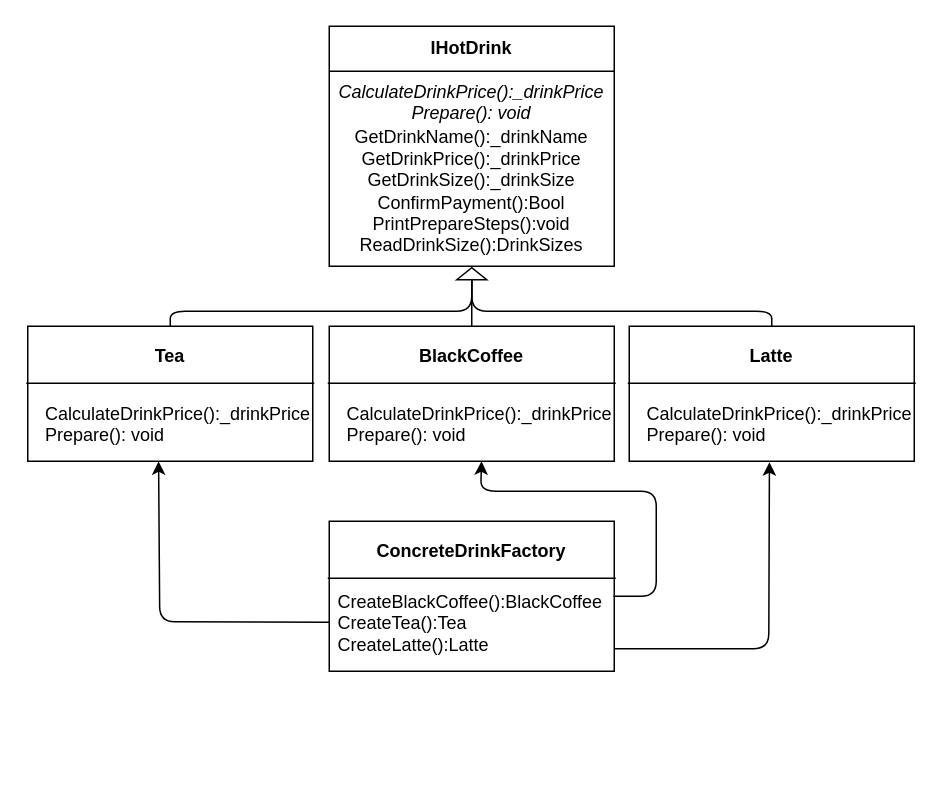
Before: FactoryMethodDiagram.drawio in DonatasAd/VendingMachine, a draw.io diagram. Source tidied: cells renumbered, new cells numbered last; positions are measured from the earlier drawing's top-left corner, leaving out a move shared by most shapes. Both pictures are drawn from the tidied source at 150%, with x=0, y=0 at pixel (26, 26).
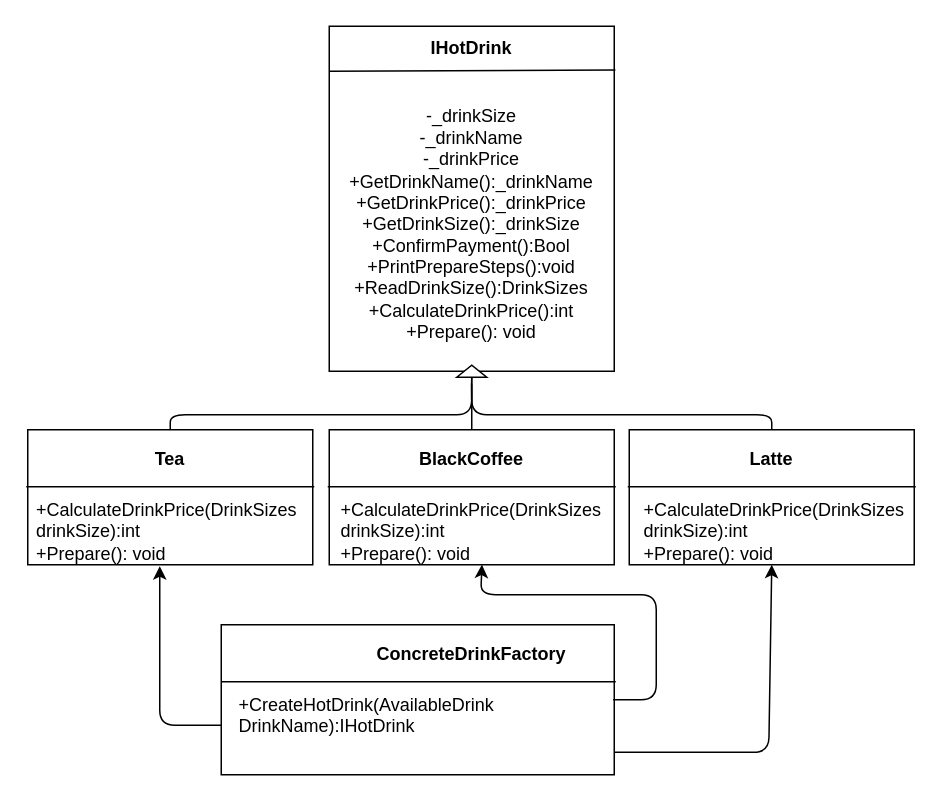
After the change.

The change refers to these unchanged cells:
```xml
<mxCell id="15" value="IHotDrink" style="text;html=1;strokeColor=none;fillColor=none;align=center;verticalAlign=middle;whiteSpace=wrap;rounded=0;fontStyle=1;" parent="1" vertex="1">
  <mxGeometry x="202" width="190" height="30" as="geometry" />
</mxCell>
```

The edit, as a diff of the source:
```diff
@@
     <mxCell id="2" style="rounded=0;whiteSpace=wrap;html=1;" parent="1" vertex="1">
-      <mxGeometry x="1" y="200" width="190" height="90" as="geometry" />
+      <mxGeometry x="1" y="269" width="190" height="90" as="geometry" />
     </mxCell>
     <mxCell id="3" value="Tea" style="text;html=1;strokeColor=none;fillColor=none;align=center;verticalAlign=middle;whiteSpace=wrap;rounded=0;fontStyle=1;" parent="1" vertex="1">
-      <mxGeometry x="1" y="210" width="190" height="20" as="geometry" />
+      <mxGeometry x="1" y="279" width="190" height="20" as="geometry" />
     </mxCell>
     <mxCell id="4" style="endArrow=none;html=1;" parent="1" edge="1">
       <mxGeometry relative="1" as="geometry">
-        <mxPoint y="238" as="sourcePoint" />
-        <mxPoint x="192" y="238" as="targetPoint" />
+        <mxPoint y="307" as="sourcePoint" />
+        <mxPoint x="192" y="307" as="targetPoint" />
       </mxGeometry>
     </mxCell>
-    <mxCell id="5" value="CalculateDrinkPrice():_drinkPrice&lt;br&gt;Prepare(): void&lt;br&gt;" style="text;html=1;strokeColor=none;fillColor=none;align=left;verticalAlign=top;whiteSpace=wrap;rounded=0;" parent="1" vertex="1">
-      <mxGeometry x="11" y="245" width="183" height="45" as="geometry" />
+    <mxCell id="5" value="+CalculateDrinkPrice(DrinkSizes drinkSize):int&lt;br&gt;+Prepare(): void&lt;br&gt;" style="text;html=1;strokeColor=none;fillColor=none;align=left;verticalAlign=top;whiteSpace=wrap;rounded=0;" parent="1" vertex="1">
+      <mxGeometry x="4.5" y="309" width="183" height="45" as="geometry" />
     </mxCell>
     <mxCell id="6" style="rounded=0;whiteSpace=wrap;html=1;" parent="1" vertex="1">
-      <mxGeometry x="202" y="200" width="190" height="90" as="geometry" />
+      <mxGeometry x="202" y="269" width="190" height="90" as="geometry" />
     </mxCell>
     <mxCell id="7" value="BlackCoffee" style="text;html=1;strokeColor=none;fillColor=none;align=center;verticalAlign=middle;whiteSpace=wrap;rounded=0;fontStyle=1;" parent="1" vertex="1">
-      <mxGeometry x="202" y="210" width="190" height="20" as="geometry" />
+      <mxGeometry x="202" y="279" width="190" height="20" as="geometry" />
     </mxCell>
     <mxCell id="8" style="endArrow=none;html=1;" parent="1" edge="1">
       <mxGeometry relative="1" as="geometry">
-        <mxPoint x="201" y="238" as="sourcePoint" />
-        <mxPoint x="393" y="238" as="targetPoint" />
+        <mxPoint x="201" y="307" as="sourcePoint" />
+        <mxPoint x="393" y="307" as="targetPoint" />
       </mxGeometry>
     </mxCell>
-    <mxCell id="9" value="CalculateDrinkPrice():_drinkPrice&lt;br&gt;Prepare(): void&lt;br&gt;" style="text;html=1;strokeColor=none;fillColor=none;align=left;verticalAlign=top;whiteSpace=wrap;rounded=0;" parent="1" vertex="1">
-      <mxGeometry x="212" y="245" width="183" height="45" as="geometry" />
-    </mxCell>
     <mxCell id="10" style="rounded=0;whiteSpace=wrap;html=1;" parent="1" vertex="1">
-      <mxGeometry x="402" y="200" width="190" height="90" as="geometry" />
+      <mxGeometry x="402" y="269" width="190" height="90" as="geometry" />
     </mxCell>
     <mxCell id="11" value="Latte" style="text;html=1;strokeColor=none;fillColor=none;align=center;verticalAlign=middle;whiteSpace=wrap;rounded=0;fontStyle=1;" parent="1" vertex="1">
-      <mxGeometry x="402" y="210" width="190" height="20" as="geometry" />
+      <mxGeometry x="402" y="279" width="190" height="20" as="geometry" />
     </mxCell>
     <mxCell id="12" style="endArrow=none;html=1;" parent="1" edge="1">
       <mxGeometry relative="1" as="geometry">
-        <mxPoint x="401" y="238" as="sourcePoint" />
-        <mxPoint x="593" y="238" as="targetPoint" />
+        <mxPoint x="401" y="307" as="sourcePoint" />
+        <mxPoint x="593" y="307" as="targetPoint" />
       </mxGeometry>
     </mxCell>
-    <mxCell id="13" value="CalculateDrinkPrice():_drinkPrice&lt;br&gt;Prepare(): void&lt;br&gt;" style="text;html=1;strokeColor=none;fillColor=none;align=left;verticalAlign=top;whiteSpace=wrap;rounded=0;" parent="1" vertex="1">
-      <mxGeometry x="412" y="245" width="183" height="45" as="geometry" />
-    </mxCell>
     <mxCell id="14" style="rounded=0;whiteSpace=wrap;html=1;align=left;" parent="1" vertex="1">
-      <mxGeometry x="202" width="190" height="160" as="geometry" />
+      <mxGeometry x="202" width="190" height="230" as="geometry" />
     </mxCell>
@@
-    <mxCell id="16" value="&lt;span&gt;&lt;span&gt;CalculateDrinkPrice():_drinkPrice&lt;/span&gt;&lt;br&gt;&lt;span&gt;Prepare(): void&lt;br&gt;&lt;br&gt;&lt;/span&gt;&lt;/span&gt;" style="text;html=1;strokeColor=none;fillColor=none;align=center;verticalAlign=top;whiteSpace=wrap;rounded=0;horizontal=1;fontStyle=2;" parent="1" vertex="1">
-      <mxGeometry x="202" y="30" width="190" height="40" as="geometry" />
-    </mxCell>
-    <mxCell id="17" style="endArrow=none;html=1;entryX=1.001;entryY=0;entryDx=0;entryDy=0;entryPerimeter=0;" parent="1" edge="1" target="16">
+    <mxCell id="17" style="endArrow=none;html=1;entryX=1.004;entryY=0.973;entryDx=0;entryDy=0;entryPerimeter=0;" parent="1" edge="1" target="15">
       <mxGeometry relative="1" as="geometry">
         <mxPoint x="202" y="30" as="sourcePoint" />
       </mxGeometry>
     </mxCell>
-    <mxCell id="18" value="GetDrinkName():_drinkName&lt;br&gt;GetDrinkPrice():_drinkPrice&lt;br&gt;GetDrinkSize():_drinkSize&lt;br&gt;ConfirmPayment():Bool&lt;br&gt;PrintPrepareSteps():void&lt;br&gt;ReadDrinkSize():DrinkSizes&lt;br&gt;" style="text;html=1;strokeColor=none;fillColor=none;align=center;verticalAlign=middle;whiteSpace=wrap;rounded=0;" parent="1" vertex="1">
-      <mxGeometry x="202" y="70" width="190" height="80" as="geometry" />
+    <mxCell id="18" value="-_drinkSize&lt;br&gt;-_drinkName&lt;br&gt;-_drinkPrice&lt;br&gt;+GetDrinkName():_drinkName&lt;br&gt;+GetDrinkPrice():_drinkPrice&lt;br&gt;+GetDrinkSize():_drinkSize&lt;br&gt;+ConfirmPayment():Bool&lt;br&gt;+PrintPrepareSteps():void&lt;br&gt;+ReadDrinkSize():DrinkSizes&lt;br&gt;&lt;span&gt;+CalculateDrinkPrice():int&lt;/span&gt;&lt;br&gt;&lt;span&gt;+Prepare(): void&lt;/span&gt;&lt;br&gt;" style="text;html=1;strokeColor=none;fillColor=none;align=center;verticalAlign=middle;whiteSpace=wrap;rounded=0;" parent="1" vertex="1">
+      <mxGeometry x="202" y="34" width="190" height="195" as="geometry" />
     </mxCell>
-    <mxCell id="19" style="triangle;whiteSpace=wrap;html=1;align=left;rotation=-90;" parent="1" vertex="1">
-      <mxGeometry x="293" y="155" width="8" height="20" as="geometry" />
-    </mxCell>
-    <mxCell id="20" style="endArrow=none;html=1;entryX=0;entryY=0.5;entryDx=0;entryDy=0;exitX=0.5;exitY=0;exitDx=0;exitDy=0;" parent="1" edge="1" source="2" target="19">
+    <mxCell id="20" style="endArrow=none;html=1;entryX=0;entryY=0.5;entryDx=0;entryDy=0;exitX=0.5;exitY=0;exitDx=0;exitDy=0;" parent="1" edge="1" source="2">
       <mxGeometry relative="1" as="geometry">
+        <mxPoint x="296.9" y="238.2" as="targetPoint" />
         <Array as="points">
-          <mxPoint x="96" y="190" />
-          <mxPoint x="297" y="190" />
+          <mxPoint x="96" y="259" />
+          <mxPoint x="297" y="259" />
         </Array>
       </mxGeometry>
     </mxCell>
-    <mxCell id="21" style="endArrow=none;html=1;entryX=0;entryY=0.5;entryDx=0;entryDy=0;exitX=0.5;exitY=0;exitDx=0;exitDy=0;" parent="1" edge="1" source="10" target="19">
+    <mxCell id="21" style="endArrow=none;html=1;entryX=0;entryY=0.5;entryDx=0;entryDy=0;exitX=0.5;exitY=0;exitDx=0;exitDy=0;" parent="1" edge="1" source="10">
       <mxGeometry relative="1" as="geometry">
+        <mxPoint x="296.9" y="238.2" as="targetPoint" />
         <Array as="points">
-          <mxPoint x="497" y="190" />
-          <mxPoint x="297" y="190" />
+          <mxPoint x="497" y="259" />
+          <mxPoint x="297" y="259" />
         </Array>
       </mxGeometry>
     </mxCell>
-    <mxCell id="22" style="endArrow=none;html=1;entryX=0;entryY=0.5;entryDx=0;entryDy=0;exitX=0.5;exitY=0;exitDx=0;exitDy=0;" parent="1" edge="1" source="6" target="19">
-      <mxGeometry relative="1" as="geometry" />
+    <mxCell id="22" style="endArrow=none;html=1;entryX=0;entryY=0.5;entryDx=0;entryDy=0;exitX=0;exitY=0.5;exitDx=0;exitDy=0;" parent="1" edge="1" source="19">
+      <mxGeometry relative="1" as="geometry">
+        <mxPoint x="296.9" y="238.2" as="targetPoint" />
+      </mxGeometry>
     </mxCell>
     <mxCell id="23" style="rounded=0;whiteSpace=wrap;html=1;" parent="1" vertex="1">
-      <mxGeometry x="202" y="330" width="190" height="100" as="geometry" />
+      <mxGeometry x="130" y="399" width="262" height="100" as="geometry" />
     </mxCell>
     <mxCell id="24" value="ConcreteDrinkFactory" style="text;html=1;strokeColor=none;fillColor=none;align=center;verticalAlign=middle;whiteSpace=wrap;rounded=0;fontStyle=1;" parent="1" vertex="1">
-      <mxGeometry x="202" y="340" width="190" height="20" as="geometry" />
+      <mxGeometry x="202" y="409" width="190" height="20" as="geometry" />
     </mxCell>
-    <mxCell id="25" style="endArrow=none;html=1;" parent="1" edge="1">
+    <mxCell id="25" style="endArrow=none;html=1;exitX=0;exitY=0.38;exitDx=0;exitDy=0;exitPerimeter=0;" parent="1" edge="1" source="23">
       <mxGeometry relative="1" as="geometry">
-        <mxPoint x="201" y="368" as="sourcePoint" />
-        <mxPoint x="393" y="368" as="targetPoint" />
+        <mxPoint x="393" y="437" as="targetPoint" />
       </mxGeometry>
     </mxCell>
-    <mxCell id="26" value="CreateBlackCoffee():BlackCoffee&lt;br&gt;CreateTea():Tea&lt;br&gt;CreateLatte():Latte&lt;br&gt;" style="text;html=1;strokeColor=none;fillColor=none;align=left;verticalAlign=top;whiteSpace=wrap;rounded=0;" parent="1" vertex="1">
-      <mxGeometry x="206" y="370" width="186" height="60" as="geometry" />
+    <mxCell id="26" value="+CreateHotDrink(AvailableDrink DrinkName):IHotDrink&lt;br&gt;" style="text;html=1;strokeColor=none;fillColor=none;align=left;verticalAlign=top;whiteSpace=wrap;rounded=0;" parent="1" vertex="1">
+      <mxGeometry x="140" y="439" width="252" height="60" as="geometry" />
     </mxCell>
-    <mxCell id="27" style="endArrow=classic;html=1;entryX=0.422;entryY=1.001;entryDx=0;entryDy=0;entryPerimeter=0;exitX=0.001;exitY=0.674;exitDx=0;exitDy=0;exitPerimeter=0;" parent="1" edge="1" source="23" target="5">
+    <mxCell id="27" style="endArrow=classic;html=1;" parent="1" edge="1">
       <mxGeometry relative="1" as="geometry">
+        <mxPoint x="130" y="466" as="sourcePoint" />
+        <mxPoint x="89" y="360" as="targetPoint" />
         <Array as="points">
-          <mxPoint x="89" y="397" />
+          <mxPoint x="89" y="466" />
         </Array>
       </mxGeometry>
     </mxCell>
-    <mxCell id="28" style="endArrow=classic;html=1;entryX=0.456;entryY=1.014;entryDx=0;entryDy=0;entryPerimeter=0;exitX=1;exitY=0.75;exitDx=0;exitDy=0;" parent="1" edge="1" source="26" target="13">
+    <mxCell id="28" style="endArrow=classic;html=1;entryX=0.5;entryY=1;entryDx=0;entryDy=0;exitX=1;exitY=0.75;exitDx=0;exitDy=0;" parent="1" edge="1" source="26" target="10">
       <mxGeometry relative="1" as="geometry">
         <Array as="points">
-          <mxPoint x="495" y="415" />
+          <mxPoint x="495" y="484" />
         </Array>
       </mxGeometry>
     </mxCell>
-    <mxCell id="29" style="endArrow=classic;html=1;entryX=0.5;entryY=1;entryDx=0;entryDy=0;exitX=0.997;exitY=0.168;exitDx=0;exitDy=0;exitPerimeter=0;" parent="1" edge="1" source="26" target="9">
+    <mxCell id="29" style="endArrow=classic;html=1;entryX=0.5;entryY=1;entryDx=0;entryDy=0;exitX=0.997;exitY=0.168;exitDx=0;exitDy=0;exitPerimeter=0;" parent="1" edge="1" source="26">
       <mxGeometry relative="1" as="geometry">
+        <mxPoint x="303.8" y="358.9" as="targetPoint" />
         <Array as="points">
-          <mxPoint x="420" y="380" />
-          <mxPoint x="420" y="310" />
-          <mxPoint x="303" y="310" />
+          <mxPoint x="420" y="449" />
+          <mxPoint x="420" y="379" />
+          <mxPoint x="303" y="379" />
         </Array>
       </mxGeometry>
     </mxCell>
+    <mxCell id="30" value="+CalculateDrinkPrice(DrinkSizes drinkSize):int&lt;br&gt;+Prepare(): void&lt;br&gt;" style="text;html=1;strokeColor=none;fillColor=none;align=left;verticalAlign=top;whiteSpace=wrap;rounded=0;" parent="1" vertex="1">
+      <mxGeometry x="207.5" y="309" width="183" height="45" as="geometry" />
+    </mxCell>
+    <mxCell id="31" value="+CalculateDrinkPrice(DrinkSizes drinkSize):int&lt;br&gt;+Prepare(): void&lt;br&gt;" style="text;html=1;strokeColor=none;fillColor=none;align=left;verticalAlign=top;whiteSpace=wrap;rounded=0;" parent="1" vertex="1">
+      <mxGeometry x="410" y="309" width="183" height="45" as="geometry" />
+    </mxCell>
+    <mxCell id="19" style="triangle;whiteSpace=wrap;html=1;align=left;rotation=-90;" parent="1" vertex="1">
+      <mxGeometry x="293" y="220" width="8" height="20" as="geometry" />
+    </mxCell>
+    <mxCell id="32" style="endArrow=none;html=1;entryX=0;entryY=0.5;entryDx=0;entryDy=0;exitX=0.5;exitY=0;exitDx=0;exitDy=0;" parent="1" edge="1" source="6" target="19">
+      <mxGeometry relative="1" as="geometry" />
+    </mxCell>
```
